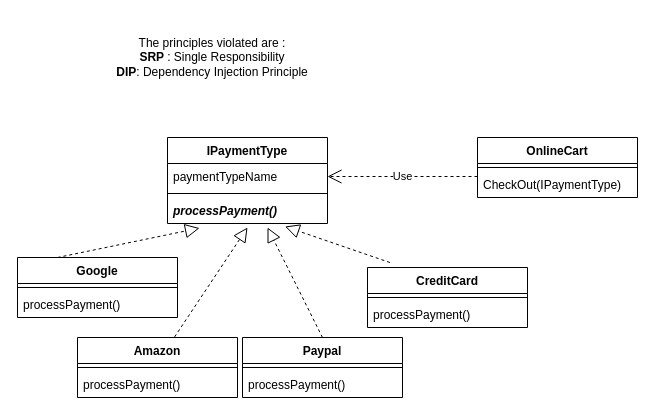
Above: OnlineCart.drawio in LydsLido/philips-july-dp-2022 (draw.io), before the change. Source tidied: cells renumbered, new cells numbered last; positions are measured from the earlier drawing's top-left corner, leaving out a move shared by most shapes. Both pictures are drawn from the tidied source at 100%, with x=0, y=0 at pixel (17, 17).
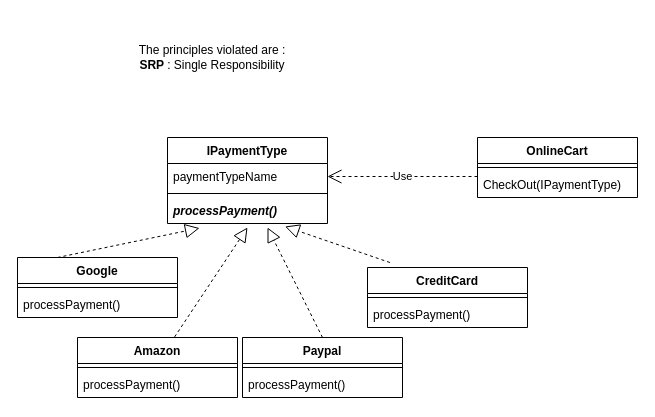
The same page after the edit.

Change to the diagram source:
```diff
@@
-    <mxCell id="2" value="The principles violated are :&lt;br&gt;&lt;b&gt;SRP &lt;/b&gt;: Single Responsibility&lt;br&gt;&lt;b&gt;DIP&lt;/b&gt;: Dependency Injection Principle" style="text;html=1;strokeColor=none;fillColor=none;align=center;verticalAlign=middle;whiteSpace=wrap;rounded=0;" parent="1" vertex="1">
+    <mxCell id="2" value="The principles violated are :&lt;br&gt;&lt;b&gt;SRP &lt;/b&gt;: Single Responsibility&lt;br&gt;" style="text;html=1;strokeColor=none;fillColor=none;align=center;verticalAlign=middle;whiteSpace=wrap;rounded=0;" parent="1" vertex="1">
       <mxGeometry width="390" height="80" as="geometry" />
     </mxCell>
```
